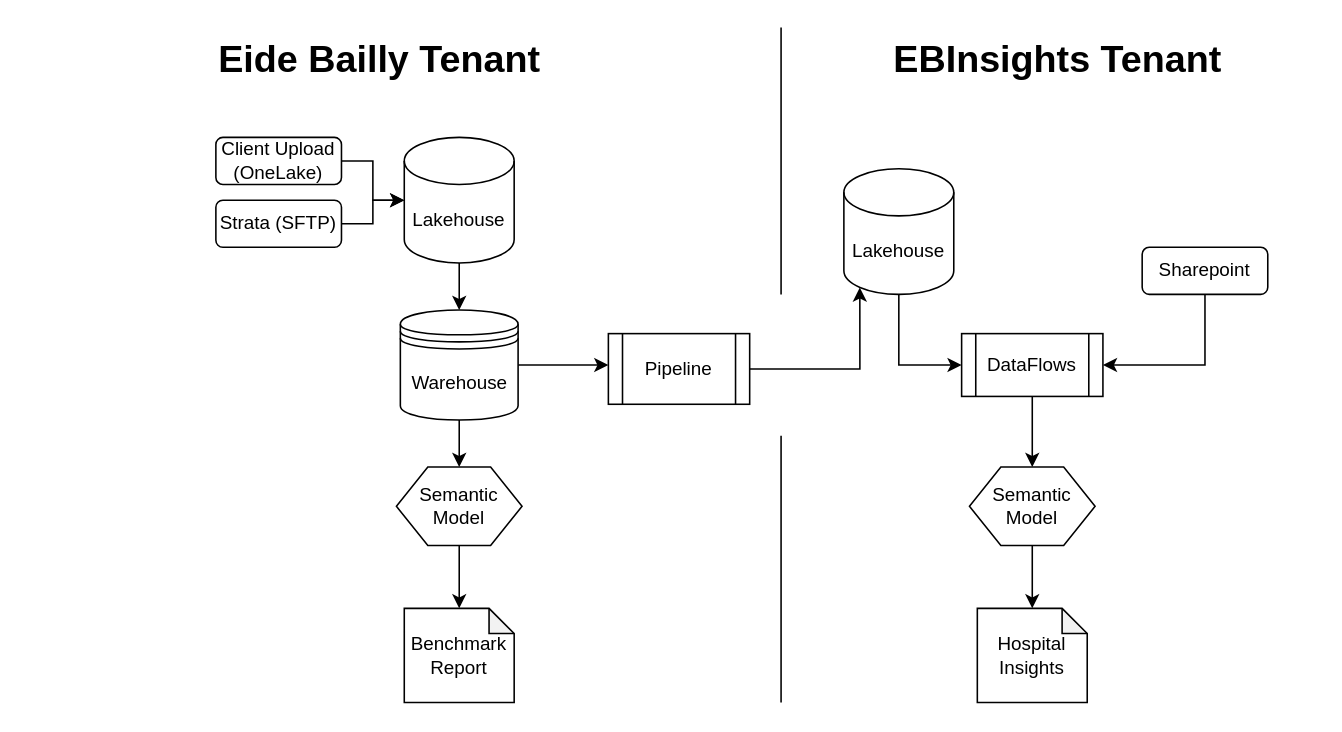
Above: page "Finalized Process" (4 of 4) of Strata Architecture.drawio in billjirik/drawio (draw.io), before the change. Source tidied: cells renumbered, new cells numbered last; positions are measured from the earlier drawing's top-left corner, leaving out a move shared by most shapes. Both pictures are drawn from the tidied source at 157%, with x=0, y=0 at pixel (215, 27).
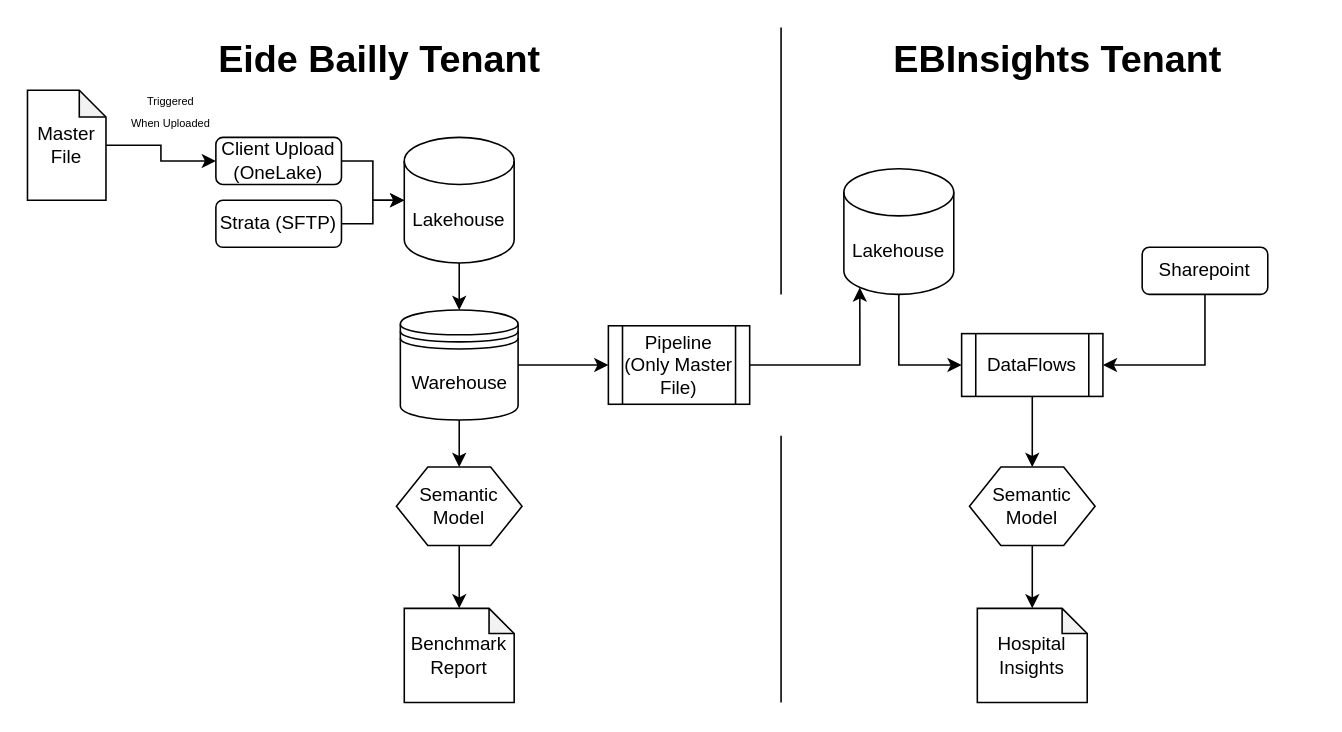
The same diagram, later.

Unchanged cells that the change refers to:
```xml
<mxCell id="8" value="Client Upload&lt;div&gt;(OneLake)&lt;/div&gt;" style="rounded=1;whiteSpace=wrap;html=1;" parent="1" vertex="1">
  <mxGeometry y="70" width="80" height="30" as="geometry" />
</mxCell>
```

The edit, as a diff of the source:
```diff
@@
-    <mxCell id="27" value="Pipeline" style="shape=process;whiteSpace=wrap;html=1;backgroundOutline=1;" parent="1" vertex="1">
-      <mxGeometry x="250" y="195" width="90" height="45" as="geometry" />
+    <mxCell id="27" value="Pipeline&lt;div&gt;(Only Master&lt;/div&gt;&lt;div&gt;File)&lt;/div&gt;" style="shape=process;whiteSpace=wrap;html=1;backgroundOutline=1;" parent="1" vertex="1">
+      <mxGeometry x="250" y="190" width="90" height="50" as="geometry" />
     </mxCell>
@@
+    <mxCell id="29" style="edgeStyle=orthogonalEdgeStyle;rounded=0;jettySize=auto;html=1;entryX=0;entryY=0.5;entryDx=0;entryDy=0;" parent="1" edge="1" source="31" target="8">
+      <mxGeometry relative="1" as="geometry" />
+    </mxCell>
+    <mxCell id="30" value="&lt;font style=&quot;font-size: 7px;&quot;&gt;Triggered&lt;/font&gt;&lt;div&gt;&lt;font style=&quot;font-size: 7px;&quot;&gt;When Uploaded&lt;/font&gt;&lt;/div&gt;" style="edgeLabel;html=1;align=center;verticalAlign=middle;labelBackgroundColor=none;" parent="29" vertex="1">
+      <mxGeometry x="-0.08" y="-1" relative="1" as="geometry">
+        <mxPoint x="6" y="-25" as="offset" />
+      </mxGeometry>
+    </mxCell>
+    <mxCell id="31" value="Master&lt;div&gt;File&lt;/div&gt;" style="shape=note;whiteSpace=wrap;html=1;backgroundOutline=1;darkOpacity=0.05;size=17;" parent="1" vertex="1">
+      <mxGeometry x="-120" y="40" width="50" height="70" as="geometry" />
+    </mxCell>
```
